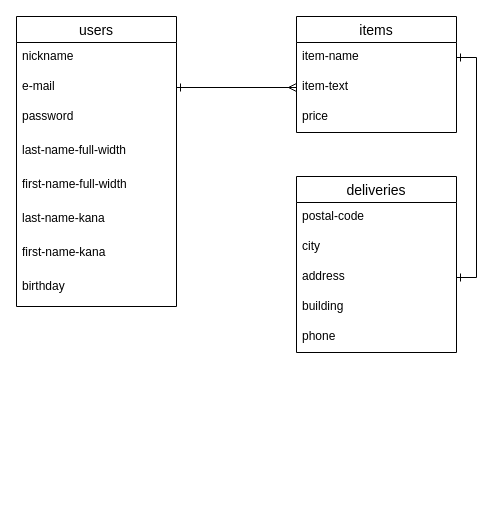
This is er.dio from ussy-0825/furima-34526, a draw.io file, before an edit. Source tidied: cells renumbered, new cells numbered last; positions are measured from the earlier drawing's top-left corner, leaving out a move shared by most shapes. Both pictures are drawn from the tidied source at 100%, with x=0, y=0 at pixel (16, 16).
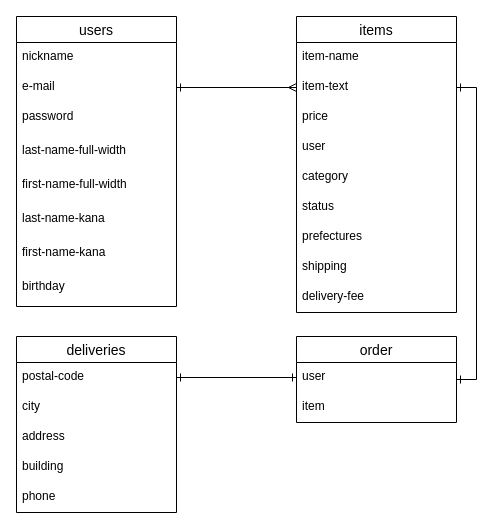
Above is the later version.

The change refers to these unchanged cells:
```xml
<mxCell id="3" value="item-name" style="text;strokeColor=none;fillColor=none;spacingLeft=4;spacingRight=4;overflow=hidden;points=[[0,0.5],[1,0.5]];portConstraint=eastwest;fontSize=12;" parent="2" vertex="1">
  <mxGeometry y="26" width="160" height="30" as="geometry" />
</mxCell>
<mxCell id="4" value="item-text" style="text;strokeColor=none;fillColor=none;spacingLeft=4;spacingRight=4;overflow=hidden;points=[[0,0.5],[1,0.5]];portConstraint=eastwest;fontSize=12;" parent="2" vertex="1">
  <mxGeometry y="56" width="160" height="30" as="geometry" />
</mxCell>
<mxCell id="16" value="postal-code" style="text;strokeColor=none;fillColor=none;spacingLeft=4;spacingRight=4;overflow=hidden;points=[[0,0.5],[1,0.5]];portConstraint=eastwest;fontSize=12;" parent="15" vertex="1">
  <mxGeometry y="26" width="160" height="30" as="geometry" />
</mxCell>
<mxCell id="18" value="address" style="text;strokeColor=none;fillColor=none;spacingLeft=4;spacingRight=4;overflow=hidden;points=[[0,0.5],[1,0.5]];portConstraint=eastwest;fontSize=12;" parent="15" vertex="1">
  <mxGeometry y="86" width="160" height="30" as="geometry" />
</mxCell>
```

Change to the diagram source:
```diff
@@
     <mxCell id="2" value="items" style="swimlane;fontStyle=0;horizontal=1;startSize=26;align=center;fontSize=14;" parent="1" vertex="1">
-      <mxGeometry x="280" width="160" height="116" as="geometry" />
+      <mxGeometry x="280" width="160" height="296" as="geometry" />
     </mxCell>
@@
+    <mxCell id="23" value="user" style="text;strokeColor=none;fillColor=none;spacingLeft=4;spacingRight=4;overflow=hidden;fontSize=12;" parent="2" vertex="1">
+      <mxGeometry y="116" width="160" height="30" as="geometry" />
+    </mxCell>
+    <mxCell id="24" value="category" style="text;strokeColor=none;fillColor=none;spacingLeft=4;spacingRight=4;overflow=hidden;fontSize=12;" parent="2" vertex="1">
+      <mxGeometry y="146" width="160" height="30" as="geometry" />
+    </mxCell>
+    <mxCell id="25" value="status" style="text;strokeColor=none;fillColor=none;spacingLeft=4;spacingRight=4;overflow=hidden;fontSize=12;" parent="2" vertex="1">
+      <mxGeometry y="176" width="160" height="30" as="geometry" />
+    </mxCell>
+    <mxCell id="26" value="prefectures" style="text;strokeColor=none;fillColor=none;spacingLeft=4;spacingRight=4;overflow=hidden;fontSize=12;" parent="2" vertex="1">
+      <mxGeometry y="206" width="160" height="30" as="geometry" />
+    </mxCell>
+    <mxCell id="27" value="shipping" style="text;strokeColor=none;fillColor=none;spacingLeft=4;spacingRight=4;overflow=hidden;fontSize=12;" parent="2" vertex="1">
+      <mxGeometry y="236" width="160" height="30" as="geometry" />
+    </mxCell>
+    <mxCell id="28" value="delivery-fee" style="text;strokeColor=none;fillColor=none;spacingLeft=4;spacingRight=4;overflow=hidden;fontSize=12;" parent="2" vertex="1">
+      <mxGeometry y="266" width="160" height="30" as="geometry" />
+    </mxCell>
@@
     <mxCell id="15" value="deliveries" style="swimlane;fontStyle=0;horizontal=1;startSize=26;align=center;fontSize=14;" parent="1" vertex="1">
-      <mxGeometry x="280" y="160" width="160" height="176" as="geometry" />
+      <mxGeometry y="320" width="160" height="176" as="geometry" />
     </mxCell>
@@
-    <mxCell id="21" style="edgeStyle=orthogonalEdgeStyle;rounded=0;jettySize=auto;html=1;exitX=1;exitY=0.5;exitDx=0;exitDy=0;entryX=1;entryY=0.5;entryDx=0;entryDy=0;startArrow=ERone;startFill=0;endArrow=ERone;endFill=0;targetPerimeterSpacing=0;" parent="1" edge="1" source="3" target="18">
-      <mxGeometry relative="1" as="geometry" />
-    </mxCell>
@@
+    <mxCell id="29" value="order" style="swimlane;fontStyle=0;horizontal=1;startSize=26;align=center;fontSize=14;" parent="1" vertex="1">
+      <mxGeometry x="280" y="320" width="160" height="86" as="geometry" />
+    </mxCell>
+    <mxCell id="30" value="user" style="text;strokeColor=none;fillColor=none;spacingLeft=4;spacingRight=4;overflow=hidden;points=[[0,0.5],[1,0.5]];portConstraint=eastwest;fontSize=12;" parent="29" vertex="1">
+      <mxGeometry y="26" width="160" height="30" as="geometry" />
+    </mxCell>
+    <mxCell id="31" value="item" style="text;strokeColor=none;fillColor=none;spacingLeft=4;spacingRight=4;overflow=hidden;fontSize=12;" parent="29" vertex="1">
+      <mxGeometry y="56" width="160" height="30" as="geometry" />
+    </mxCell>
+    <mxCell id="32" style="edgeStyle=orthogonalEdgeStyle;rounded=0;jettySize=auto;html=1;exitX=1;exitY=0.5;exitDx=0;exitDy=0;entryX=1;entryY=0.5;entryDx=0;entryDy=0;endArrow=ERone;endFill=0;startArrow=ERone;startFill=0;" parent="1" edge="1" source="4" target="29">
+      <mxGeometry relative="1" as="geometry" />
+    </mxCell>
+    <mxCell id="33" style="edgeStyle=orthogonalEdgeStyle;rounded=0;jettySize=auto;html=1;exitX=0;exitY=0.5;exitDx=0;exitDy=0;entryX=1;entryY=0.5;entryDx=0;entryDy=0;startArrow=ERone;startFill=0;endArrow=ERone;endFill=0;" parent="1" edge="1" source="30" target="16">
+      <mxGeometry relative="1" as="geometry" />
+    </mxCell>
```
